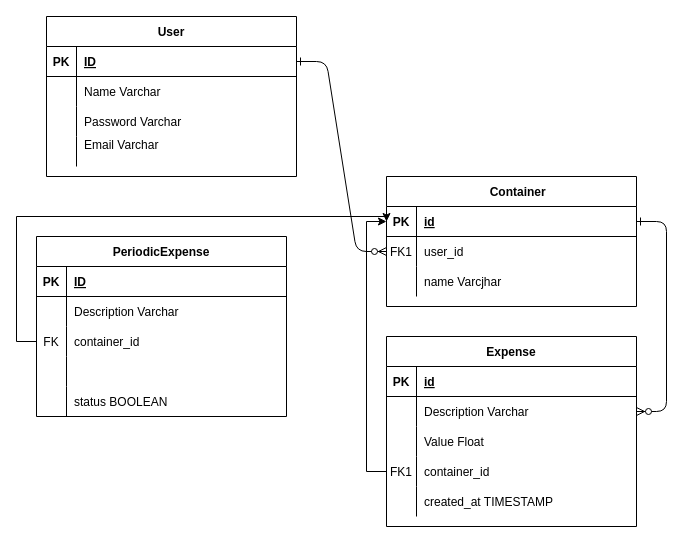
Blasty1/BudgetSpese keeps this draw.io diagram as Diagramma senza titolo.drawio. Above is the earlier version. Source tidied: cells renumbered, new cells numbered last; positions are measured from the earlier drawing's top-left corner, leaving out a move shared by most shapes. Both pictures are drawn from the tidied source at 100%, with x=0, y=0 at pixel (16, 16).
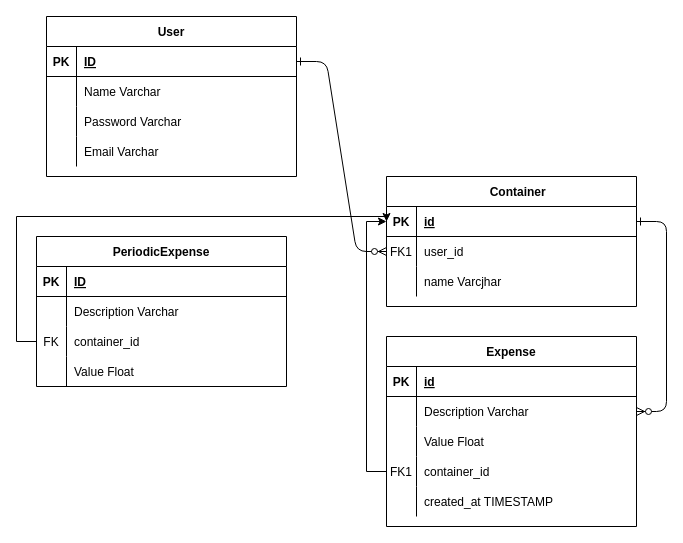
The same page after the edit.

Unchanged cells that the change refers to:
```xml
<mxCell id="40" style="shape=partialRectangle;fillColor=none;top=0;left=0;right=0;bottom=0;" parent="30" vertex="1">
  <mxGeometry y="120" width="250" height="30" as="geometry" />
</mxCell>
<mxCell id="54" style="shape=partialRectangle;fillColor=none;top=0;left=0;right=0;bottom=0;" parent="44" vertex="1">
  <mxGeometry y="120" width="250" height="30" as="geometry" />
</mxCell>
```

The edit, as a diff of the source:
```diff
@@
-    <mxCell id="42" value="Email Varchar&#10;" style="shape=partialRectangle;overflow=hidden;fillColor=none;top=0;left=0;bottom=0;right=0;align=left;spacingLeft=6;" parent="40" vertex="1">
+    <mxCell id="42" value="Email Varchar" style="shape=partialRectangle;overflow=hidden;fillColor=none;top=0;left=0;bottom=0;right=0;align=left;spacingLeft=6;" parent="40" vertex="1">
       <mxGeometry x="30" width="220" height="30" as="geometry" />
     </mxCell>
@@
     <mxCell id="44" value="PeriodicExpense" style="shape=table;startSize=30;childLayout=tableLayout;rowLines=0;fontStyle=1;align=center;" parent="1" vertex="1">
-      <mxGeometry x="20" y="220" width="250" height="180" as="geometry" />
+      <mxGeometry x="20" y="220" width="250" height="150" as="geometry" />
     </mxCell>
@@
-    <mxCell id="55" style="shape=partialRectangle;overflow=hidden;fillColor=none;top=0;left=0;bottom=0;right=0;" parent="54" vertex="1">
-      <mxGeometry width="30" height="30" as="geometry" />
-    </mxCell>
-    <mxCell id="56" style="shape=partialRectangle;overflow=hidden;fillColor=none;top=0;left=0;bottom=0;right=0;align=left;spacingLeft=6;" parent="54" vertex="1">
-      <mxGeometry x="30" width="220" height="30" as="geometry" />
-    </mxCell>
-    <mxCell id="57" style="shape=partialRectangle;fillColor=none;top=0;left=0;right=0;bottom=0;" parent="44" vertex="1">
-      <mxGeometry y="150" width="250" height="30" as="geometry" />
-    </mxCell>
-    <mxCell id="58" style="shape=partialRectangle;overflow=hidden;fillColor=none;top=0;left=0;bottom=0;right=0;" parent="57" vertex="1">
-      <mxGeometry width="30" height="30" as="geometry" />
-    </mxCell>
-    <mxCell id="59" value="status BOOLEAN" style="shape=partialRectangle;overflow=hidden;fillColor=none;top=0;left=0;bottom=0;right=0;align=left;spacingLeft=6;" parent="57" vertex="1">
-      <mxGeometry x="30" width="220" height="30" as="geometry" />
-    </mxCell>
+    <mxCell id="61" style="shape=partialRectangle;overflow=hidden;fillColor=none;top=0;left=0;bottom=0;right=0;" parent="54" vertex="1">
+      <mxGeometry width="30" height="30" as="geometry" />
+    </mxCell>
+    <mxCell id="62" value="Value Float" style="shape=partialRectangle;overflow=hidden;fillColor=none;top=0;left=0;bottom=0;right=0;align=left;spacingLeft=6;" parent="54" vertex="1">
+      <mxGeometry x="30" width="220" height="30" as="geometry" />
+    </mxCell>
```
